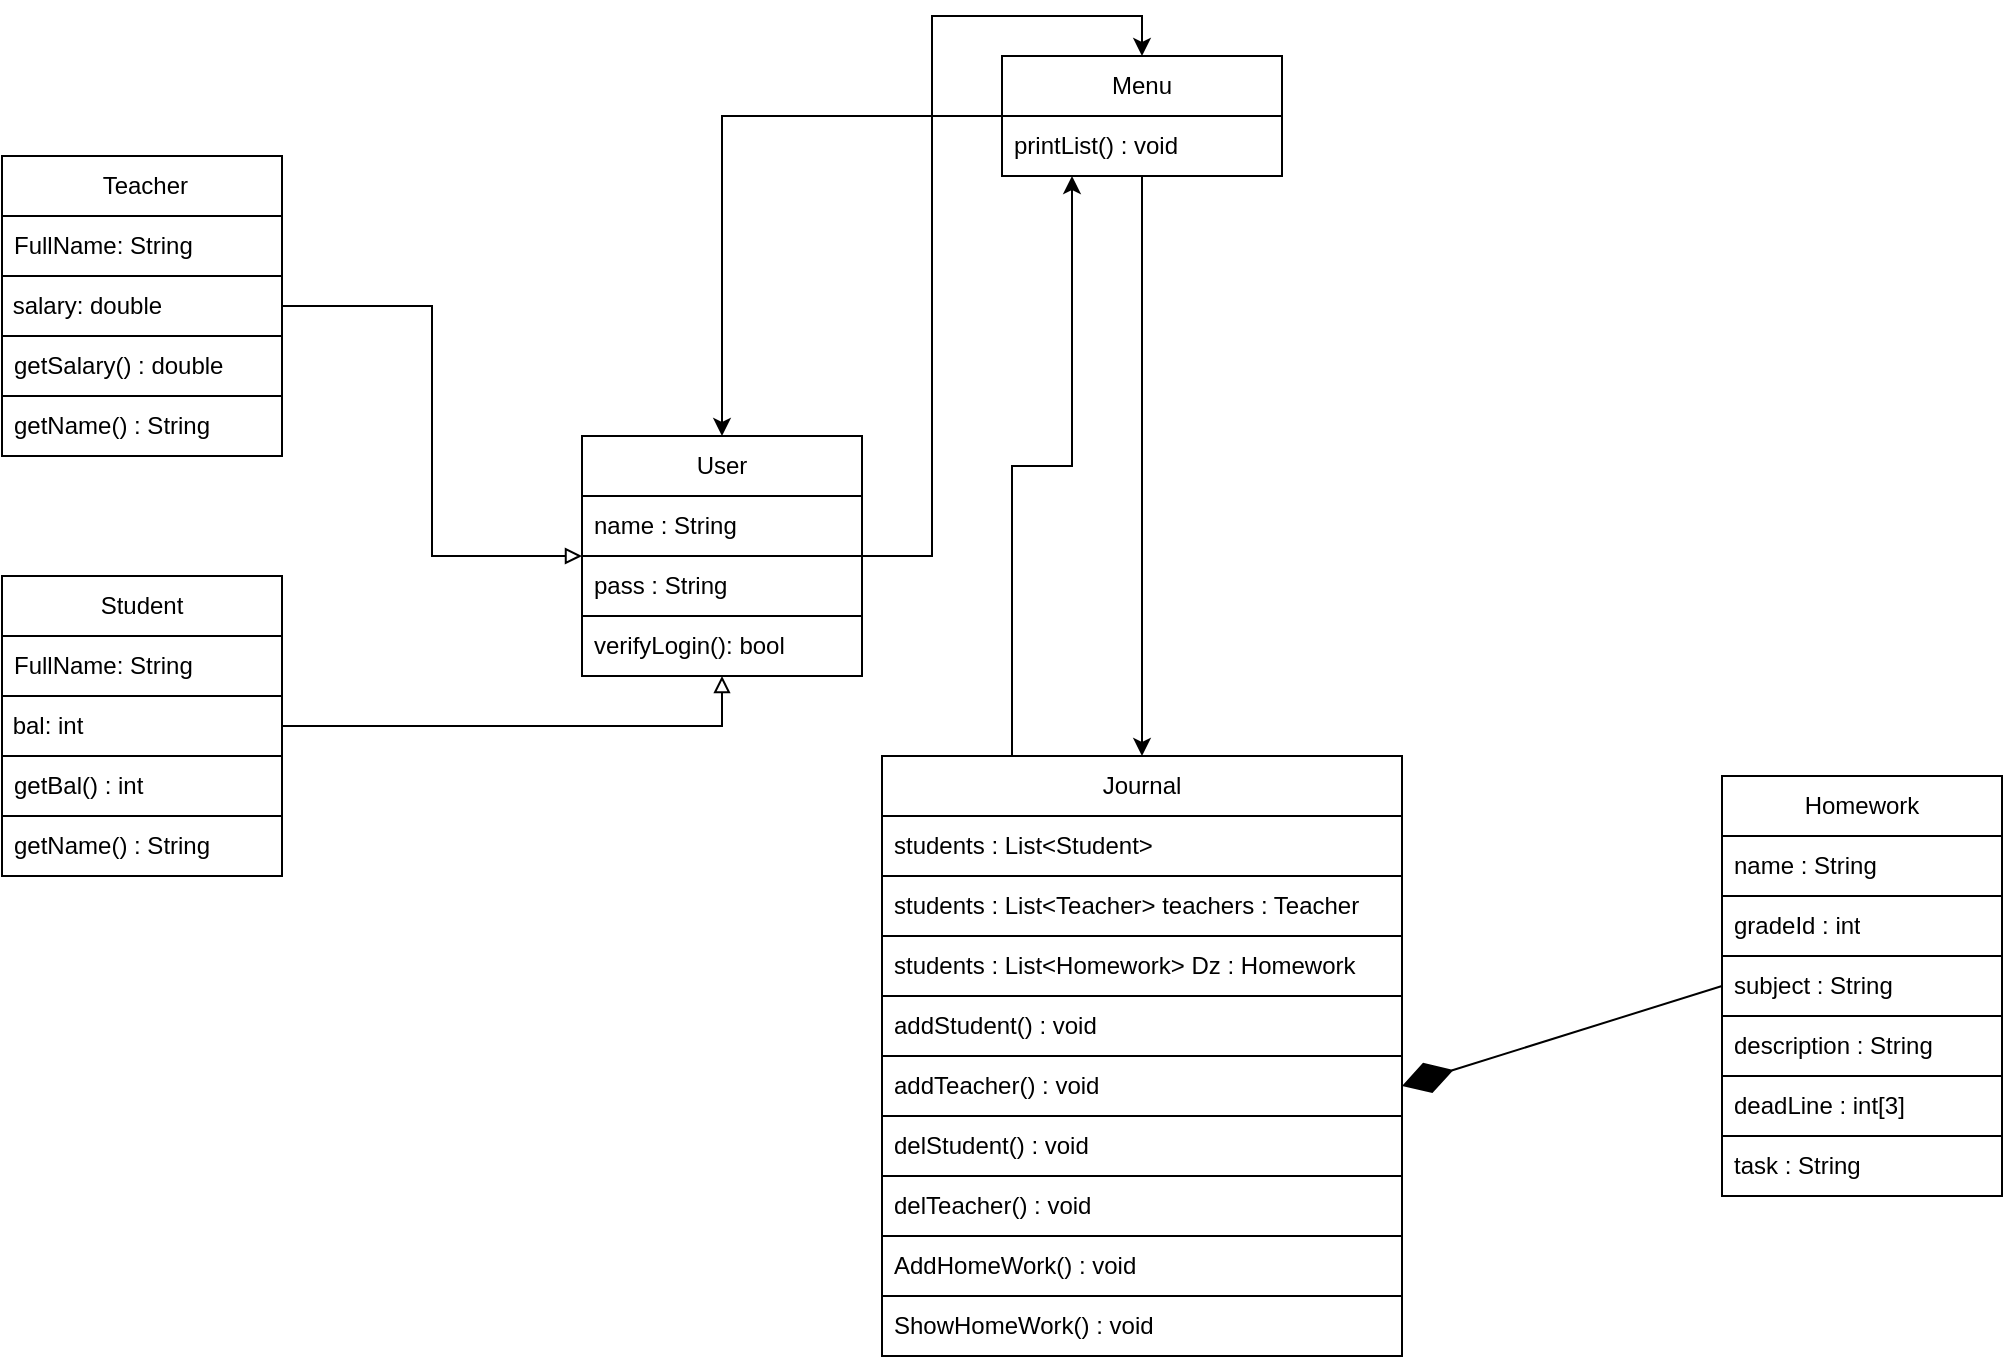
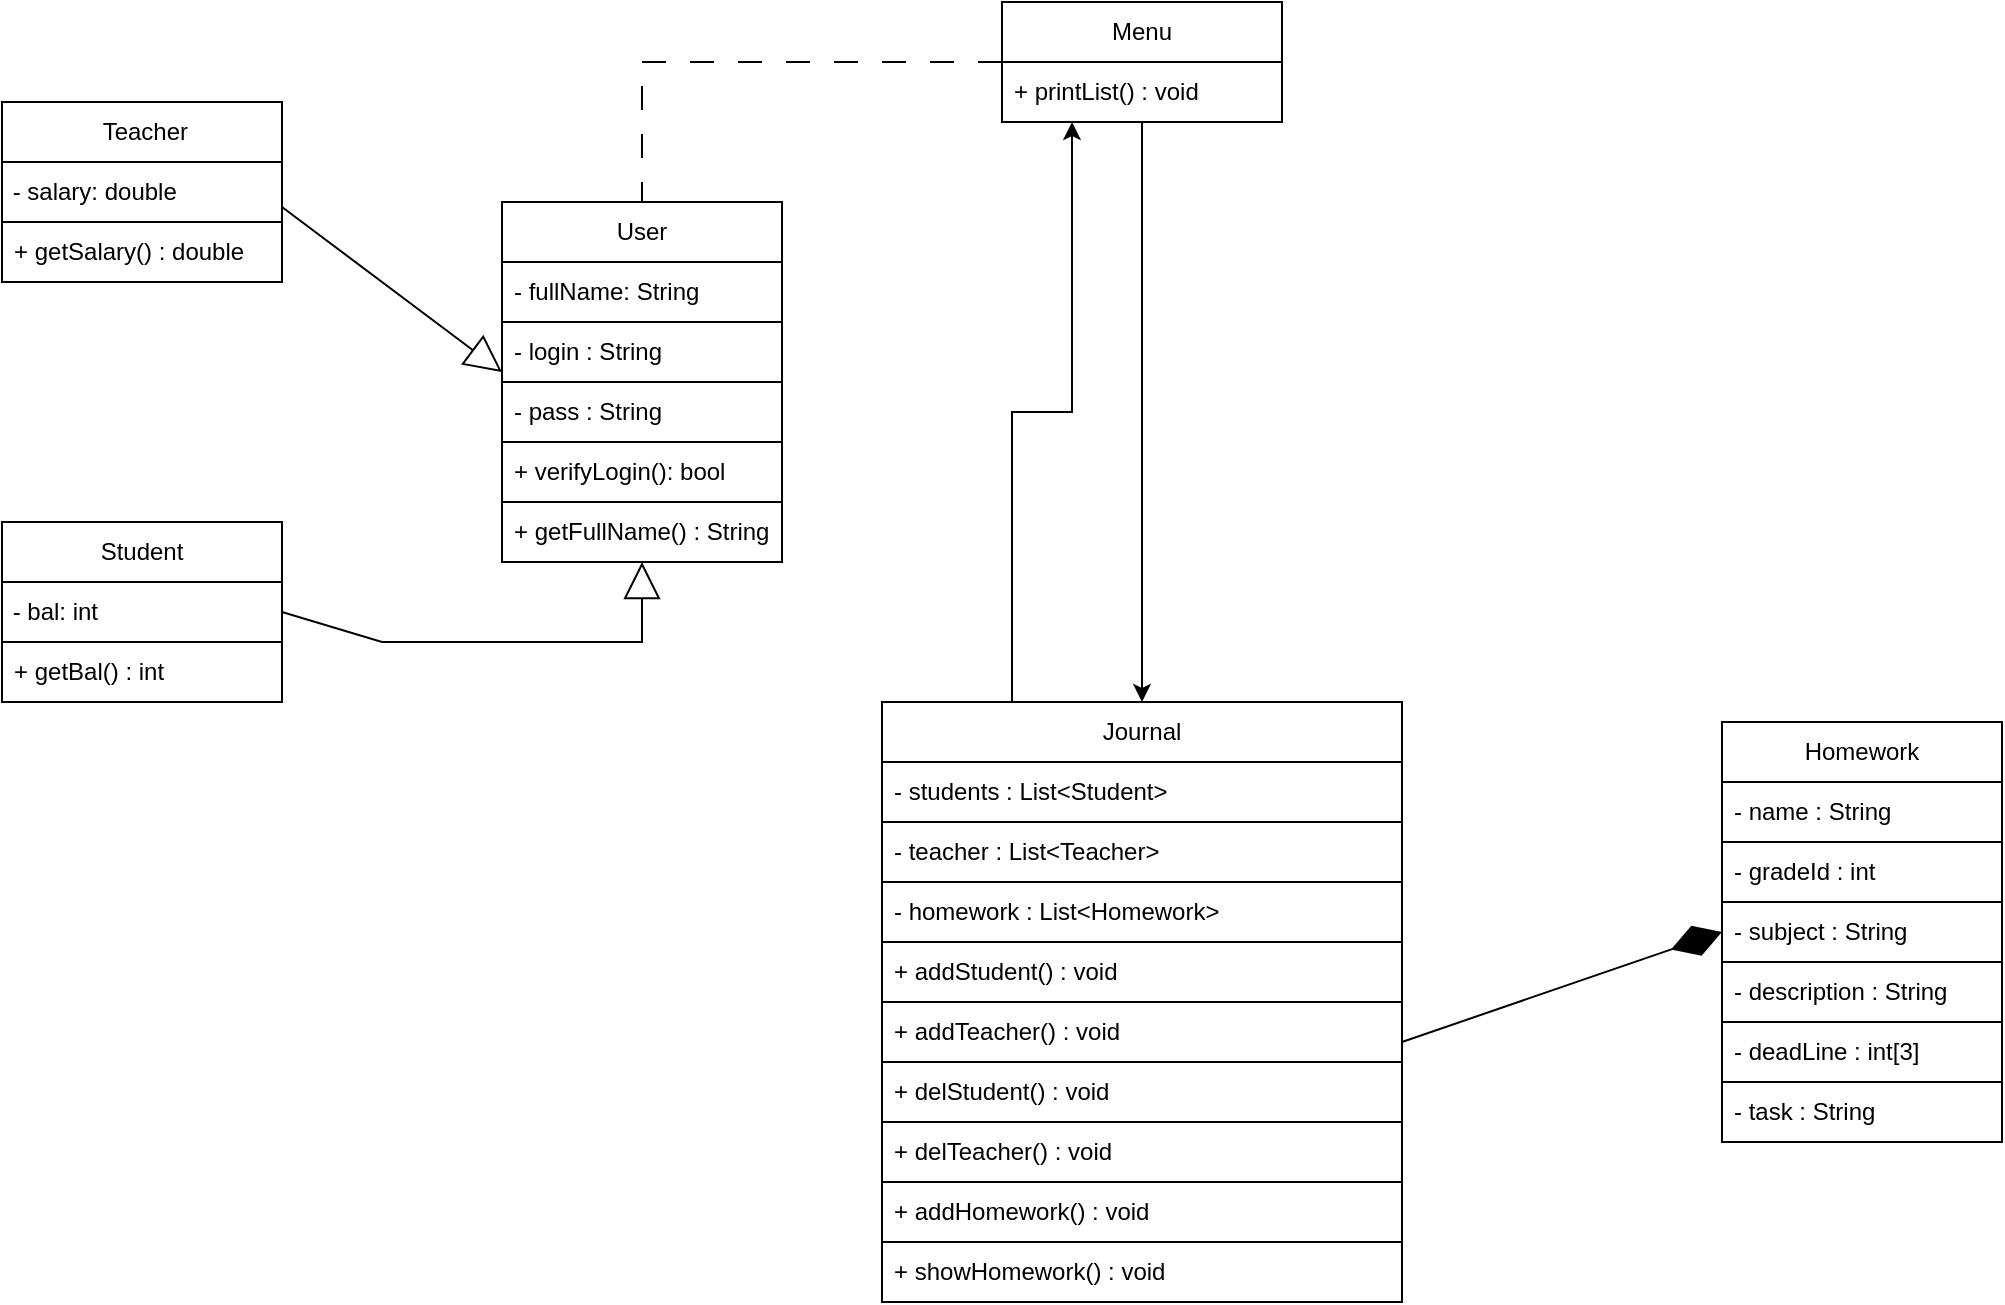
<mxfile host="app.diagrams.net" agent="Mozilla/5.0 (Windows NT 10.0; Win64; x64) AppleWebKit/537.36 (KHTML, like Gecko) Chrome/144.0.0.0 YaBrowser/26.3.0.0 Safari/537.36">
  <diagram name="Страница-1" id="uxawxyVBlgbyIQM6ajeT">
    <mxGraphModel dx="1414" dy="751" grid="1" gridSize="10" guides="1" tooltips="1" connect="1" arrows="1" fold="1" page="1" pageScale="1" pageWidth="700" pageHeight="1000" math="0" shadow="0">
      <root>
        <mxCell id="0" />
        <mxCell id="1" parent="0" />
        <mxCell id="GCuz6E3EBiHqZI_xGS0Z-3" parent="1" style="swimlane;fontStyle=0;childLayout=stackLayout;horizontal=1;startSize=30;horizontalStack=0;resizeParent=1;resizeParentMax=0;resizeLast=0;collapsible=1;marginBottom=0;whiteSpace=wrap;html=1;" value="Student" vertex="1">
-           <mxGeometry height="150" width="140" x="20" y="340" as="geometry">
+           <mxGeometry height="90" width="140" x="20" y="340" as="geometry">
            <mxRectangle height="30" width="90" x="370" y="200" as="alternateBounds" />
          </mxGeometry>
        </mxCell>
-         <mxCell id="GCuz6E3EBiHqZI_xGS0Z-5" parent="GCuz6E3EBiHqZI_xGS0Z-3" style="text;strokeColor=default;fillColor=default;align=left;verticalAlign=middle;spacingLeft=4;spacingRight=4;overflow=hidden;points=[[0,0.5],[1,0.5]];portConstraint=eastwest;rotatable=0;whiteSpace=wrap;html=1;" value="FullName: String" vertex="1">
+         <mxCell id="GCuz6E3EBiHqZI_xGS0Z-7" parent="GCuz6E3EBiHqZI_xGS0Z-3" style="text;html=1;whiteSpace=wrap;strokeColor=default;fillColor=default;align=left;verticalAlign=middle;rounded=0;" value="&lt;span style=&quot;&quot;&gt;&amp;nbsp;- bal: int&lt;/span&gt;" vertex="1">
          <mxGeometry height="30" width="140" y="30" as="geometry" />
        </mxCell>
-         <mxCell id="GCuz6E3EBiHqZI_xGS0Z-7" parent="GCuz6E3EBiHqZI_xGS0Z-3" style="text;html=1;whiteSpace=wrap;strokeColor=default;fillColor=default;align=left;verticalAlign=middle;rounded=0;" value="&lt;span style=&quot;&quot;&gt;&amp;nbsp;bal: int&lt;/span&gt;" vertex="1">
+         <mxCell id="GCuz6E3EBiHqZI_xGS0Z-4" parent="GCuz6E3EBiHqZI_xGS0Z-3" style="text;strokeColor=default;fillColor=default;align=left;verticalAlign=middle;spacingLeft=4;spacingRight=4;overflow=hidden;points=[[0,0.5],[1,0.5]];portConstraint=eastwest;rotatable=0;whiteSpace=wrap;html=1;" value="+ getBal() : int" vertex="1">
          <mxGeometry height="30" width="140" y="60" as="geometry" />
-         </mxCell>
-         <mxCell id="GCuz6E3EBiHqZI_xGS0Z-4" parent="GCuz6E3EBiHqZI_xGS0Z-3" style="text;strokeColor=default;fillColor=default;align=left;verticalAlign=middle;spacingLeft=4;spacingRight=4;overflow=hidden;points=[[0,0.5],[1,0.5]];portConstraint=eastwest;rotatable=0;whiteSpace=wrap;html=1;" value="getBal() : int" vertex="1">
-           <mxGeometry height="30" width="140" y="90" as="geometry" />
-         </mxCell>
-         <mxCell id="GCuz6E3EBiHqZI_xGS0Z-6" parent="GCuz6E3EBiHqZI_xGS0Z-3" style="text;strokeColor=default;fillColor=default;align=left;verticalAlign=middle;spacingLeft=4;spacingRight=4;overflow=hidden;points=[[0,0.5],[1,0.5]];portConstraint=eastwest;rotatable=0;whiteSpace=wrap;html=1;" value="getName() : String" vertex="1">
-           <mxGeometry height="30" width="140" y="120" as="geometry" />
        </mxCell>
        <mxCell id="8Yin8r3933yuqEZvRl84-43" edge="1" parent="1" source="GCuz6E3EBiHqZI_xGS0Z-8" style="edgeStyle=orthogonalEdgeStyle;rounded=0;orthogonalLoop=1;jettySize=auto;html=1;exitX=0.25;exitY=0;exitDx=0;exitDy=0;entryX=0.25;entryY=1;entryDx=0;entryDy=0;" target="GCuz6E3EBiHqZI_xGS0Z-16">
          <mxGeometry relative="1" as="geometry" />
        </mxCell>
        <mxCell id="GCuz6E3EBiHqZI_xGS0Z-8" parent="1" style="swimlane;fontStyle=0;childLayout=stackLayout;horizontal=1;startSize=30;horizontalStack=0;resizeParent=1;resizeParentMax=0;resizeLast=0;collapsible=1;marginBottom=0;whiteSpace=wrap;html=1;" value="Journal" vertex="1">
          <mxGeometry height="300" width="260" x="460" y="430" as="geometry" />
        </mxCell>
-         <mxCell id="GCuz6E3EBiHqZI_xGS0Z-9" parent="GCuz6E3EBiHqZI_xGS0Z-8" style="text;align=left;verticalAlign=middle;spacingLeft=4;spacingRight=4;overflow=hidden;points=[[0,0.5],[1,0.5]];portConstraint=eastwest;rotatable=0;whiteSpace=wrap;html=1;fillColor=default;strokeColor=default;" value="students : List&amp;lt;Student&amp;gt;" vertex="1">
+         <mxCell id="GCuz6E3EBiHqZI_xGS0Z-9" parent="GCuz6E3EBiHqZI_xGS0Z-8" style="text;align=left;verticalAlign=middle;spacingLeft=4;spacingRight=4;overflow=hidden;points=[[0,0.5],[1,0.5]];portConstraint=eastwest;rotatable=0;whiteSpace=wrap;html=1;fillColor=default;strokeColor=default;" value="- students : List&amp;lt;Student&amp;gt;" vertex="1">
          <mxGeometry height="30" width="260" y="30" as="geometry" />
        </mxCell>
-         <mxCell id="8Yin8r3933yuqEZvRl84-10" parent="GCuz6E3EBiHqZI_xGS0Z-8" style="text;align=left;verticalAlign=middle;spacingLeft=4;spacingRight=4;overflow=hidden;points=[[0,0.5],[1,0.5]];portConstraint=eastwest;rotatable=0;whiteSpace=wrap;html=1;fillColor=default;strokeColor=default;" value="students : List&amp;lt;Teacher&amp;gt; teachers : Teacher" vertex="1">
+         <mxCell id="8Yin8r3933yuqEZvRl84-10" parent="GCuz6E3EBiHqZI_xGS0Z-8" style="text;align=left;verticalAlign=middle;spacingLeft=4;spacingRight=4;overflow=hidden;points=[[0,0.5],[1,0.5]];portConstraint=eastwest;rotatable=0;whiteSpace=wrap;html=1;fillColor=default;strokeColor=default;" value="- teacher&amp;nbsp;: List&amp;lt;Teacher&amp;gt;&amp;nbsp;" vertex="1">
          <mxGeometry height="30" width="260" y="60" as="geometry" />
        </mxCell>
-         <mxCell id="8Yin8r3933yuqEZvRl84-49" parent="GCuz6E3EBiHqZI_xGS0Z-8" style="text;align=left;verticalAlign=middle;spacingLeft=4;spacingRight=4;overflow=hidden;points=[[0,0.5],[1,0.5]];portConstraint=eastwest;rotatable=0;whiteSpace=wrap;html=1;fillColor=default;strokeColor=default;" value="students : List&amp;lt;Homework&amp;gt; Dz : Homework" vertex="1">
+         <mxCell id="8Yin8r3933yuqEZvRl84-49" parent="GCuz6E3EBiHqZI_xGS0Z-8" style="text;align=left;verticalAlign=middle;spacingLeft=4;spacingRight=4;overflow=hidden;points=[[0,0.5],[1,0.5]];portConstraint=eastwest;rotatable=0;whiteSpace=wrap;html=1;fillColor=default;strokeColor=default;" value="- homework&amp;nbsp;: List&amp;lt;Homework&amp;gt;&amp;nbsp;" vertex="1">
          <mxGeometry height="30" width="260" y="90" as="geometry" />
        </mxCell>
-         <mxCell id="GCuz6E3EBiHqZI_xGS0Z-10" parent="GCuz6E3EBiHqZI_xGS0Z-8" style="text;strokeColor=default;fillColor=default;align=left;verticalAlign=middle;spacingLeft=4;spacingRight=4;overflow=hidden;points=[[0,0.5],[1,0.5]];portConstraint=eastwest;rotatable=0;whiteSpace=wrap;html=1;gradientColor=none;rounded=0;glass=0;shadow=0;strokeWidth=1;" value="addStudent() : void" vertex="1">
+         <mxCell id="GCuz6E3EBiHqZI_xGS0Z-10" parent="GCuz6E3EBiHqZI_xGS0Z-8" style="text;strokeColor=default;fillColor=default;align=left;verticalAlign=middle;spacingLeft=4;spacingRight=4;overflow=hidden;points=[[0,0.5],[1,0.5]];portConstraint=eastwest;rotatable=0;whiteSpace=wrap;html=1;gradientColor=none;rounded=0;glass=0;shadow=0;strokeWidth=1;" value="+ addStudent() : void" vertex="1">
          <mxGeometry height="30" width="260" y="120" as="geometry" />
        </mxCell>
-         <mxCell id="GCuz6E3EBiHqZI_xGS0Z-28" parent="GCuz6E3EBiHqZI_xGS0Z-8" style="text;strokeColor=default;fillColor=default;align=left;verticalAlign=middle;spacingLeft=4;spacingRight=4;overflow=hidden;points=[[0,0.5],[1,0.5]];portConstraint=eastwest;rotatable=0;whiteSpace=wrap;html=1;gradientColor=none;rounded=0;glass=0;shadow=0;strokeWidth=1;" value="addTeacher() : void" vertex="1">
+         <mxCell id="GCuz6E3EBiHqZI_xGS0Z-28" parent="GCuz6E3EBiHqZI_xGS0Z-8" style="text;strokeColor=default;fillColor=default;align=left;verticalAlign=middle;spacingLeft=4;spacingRight=4;overflow=hidden;points=[[0,0.5],[1,0.5]];portConstraint=eastwest;rotatable=0;whiteSpace=wrap;html=1;gradientColor=none;rounded=0;glass=0;shadow=0;strokeWidth=1;" value="+ addTeacher() : void" vertex="1">
          <mxGeometry height="30" width="260" y="150" as="geometry" />
        </mxCell>
-         <mxCell id="GCuz6E3EBiHqZI_xGS0Z-11" parent="GCuz6E3EBiHqZI_xGS0Z-8" style="text;align=left;verticalAlign=middle;spacingLeft=4;spacingRight=4;overflow=hidden;points=[[0,0.5],[1,0.5]];portConstraint=eastwest;rotatable=0;whiteSpace=wrap;html=1;fillColor=default;strokeColor=default;" value="delStudent() : void" vertex="1">
+         <mxCell id="GCuz6E3EBiHqZI_xGS0Z-11" parent="GCuz6E3EBiHqZI_xGS0Z-8" style="text;align=left;verticalAlign=middle;spacingLeft=4;spacingRight=4;overflow=hidden;points=[[0,0.5],[1,0.5]];portConstraint=eastwest;rotatable=0;whiteSpace=wrap;html=1;fillColor=default;strokeColor=default;" value="+ delStudent() : void" vertex="1">
          <mxGeometry height="30" width="260" y="180" as="geometry" />
        </mxCell>
-         <mxCell id="GCuz6E3EBiHqZI_xGS0Z-29" parent="GCuz6E3EBiHqZI_xGS0Z-8" style="text;align=left;verticalAlign=middle;spacingLeft=4;spacingRight=4;overflow=hidden;points=[[0,0.5],[1,0.5]];portConstraint=eastwest;rotatable=0;whiteSpace=wrap;html=1;fillColor=default;strokeColor=default;" value="delTeacher() : void" vertex="1">
+         <mxCell id="GCuz6E3EBiHqZI_xGS0Z-29" parent="GCuz6E3EBiHqZI_xGS0Z-8" style="text;align=left;verticalAlign=middle;spacingLeft=4;spacingRight=4;overflow=hidden;points=[[0,0.5],[1,0.5]];portConstraint=eastwest;rotatable=0;whiteSpace=wrap;html=1;fillColor=default;strokeColor=default;" value="+ delTeacher() : void" vertex="1">
          <mxGeometry height="30" width="260" y="210" as="geometry" />
        </mxCell>
-         <mxCell id="8Yin8r3933yuqEZvRl84-33" parent="GCuz6E3EBiHqZI_xGS0Z-8" style="text;strokeColor=default;fillColor=default;align=left;verticalAlign=middle;spacingLeft=4;spacingRight=4;overflow=hidden;points=[[0,0.5],[1,0.5]];portConstraint=eastwest;rotatable=0;whiteSpace=wrap;html=1;" value="AddHomeWork() : void" vertex="1">
+         <mxCell id="8Yin8r3933yuqEZvRl84-33" parent="GCuz6E3EBiHqZI_xGS0Z-8" style="text;strokeColor=default;fillColor=default;align=left;verticalAlign=middle;spacingLeft=4;spacingRight=4;overflow=hidden;points=[[0,0.5],[1,0.5]];portConstraint=eastwest;rotatable=0;whiteSpace=wrap;html=1;" value="+ addHomework() : void" vertex="1">
          <mxGeometry height="30" width="260" y="240" as="geometry" />
        </mxCell>
-         <mxCell id="GCuz6E3EBiHqZI_xGS0Z-19" parent="GCuz6E3EBiHqZI_xGS0Z-8" style="text;strokeColor=default;fillColor=default;align=left;verticalAlign=middle;spacingLeft=4;spacingRight=4;overflow=hidden;points=[[0,0.5],[1,0.5]];portConstraint=eastwest;rotatable=0;whiteSpace=wrap;html=1;" value="ShowHomeWork() : void" vertex="1">
+         <mxCell id="GCuz6E3EBiHqZI_xGS0Z-19" parent="GCuz6E3EBiHqZI_xGS0Z-8" style="text;strokeColor=default;fillColor=default;align=left;verticalAlign=middle;spacingLeft=4;spacingRight=4;overflow=hidden;points=[[0,0.5],[1,0.5]];portConstraint=eastwest;rotatable=0;whiteSpace=wrap;html=1;" value="+ showHomework() : void" vertex="1">
          <mxGeometry height="30" width="260" y="270" as="geometry" />
        </mxCell>
        <mxCell id="8Yin8r3933yuqEZvRl84-32" edge="1" parent="1" source="GCuz6E3EBiHqZI_xGS0Z-16" style="edgeStyle=orthogonalEdgeStyle;rounded=0;orthogonalLoop=1;jettySize=auto;html=1;entryX=0.5;entryY=0;entryDx=0;entryDy=0;" target="GCuz6E3EBiHqZI_xGS0Z-8">
          <mxGeometry relative="1" as="geometry" />
        </mxCell>
-         <mxCell id="8Yin8r3933yuqEZvRl84-44" edge="1" parent="1" source="GCuz6E3EBiHqZI_xGS0Z-16" style="edgeStyle=orthogonalEdgeStyle;rounded=0;orthogonalLoop=1;jettySize=auto;html=1;entryX=0.5;entryY=0;entryDx=0;entryDy=0;" target="GCuz6E3EBiHqZI_xGS0Z-32">
+         <mxCell id="AdEmohMLdduJ9aqZZ4lc-9" edge="1" parent="1" source="GCuz6E3EBiHqZI_xGS0Z-16" style="edgeStyle=orthogonalEdgeStyle;rounded=0;orthogonalLoop=1;jettySize=auto;html=1;dashed=1;dashPattern=12 12;endArrow=none;endFill=0;" target="GCuz6E3EBiHqZI_xGS0Z-32">
          <mxGeometry relative="1" as="geometry" />
        </mxCell>
        <mxCell id="GCuz6E3EBiHqZI_xGS0Z-16" parent="1" style="swimlane;fontStyle=0;childLayout=stackLayout;horizontal=1;startSize=30;horizontalStack=0;resizeParent=1;resizeParentMax=0;resizeLast=0;collapsible=1;marginBottom=0;whiteSpace=wrap;html=1;" value="Menu" vertex="1">
          <mxGeometry height="60" width="140" x="520" y="80" as="geometry" />
        </mxCell>
-         <mxCell id="GCuz6E3EBiHqZI_xGS0Z-17" parent="GCuz6E3EBiHqZI_xGS0Z-16" style="text;strokeColor=default;fillColor=default;align=left;verticalAlign=middle;spacingLeft=4;spacingRight=4;overflow=hidden;points=[[0,0.5],[1,0.5]];portConstraint=eastwest;rotatable=0;whiteSpace=wrap;html=1;" value="printList() : void" vertex="1">
+         <mxCell id="GCuz6E3EBiHqZI_xGS0Z-17" parent="GCuz6E3EBiHqZI_xGS0Z-16" style="text;strokeColor=default;fillColor=default;align=left;verticalAlign=middle;spacingLeft=4;spacingRight=4;overflow=hidden;points=[[0,0.5],[1,0.5]];portConstraint=eastwest;rotatable=0;whiteSpace=wrap;html=1;" value="+ printList() : void" vertex="1">
          <mxGeometry height="30" width="140" y="30" as="geometry" />
        </mxCell>
        <mxCell id="GCuz6E3EBiHqZI_xGS0Z-21" parent="1" style="swimlane;fontStyle=0;childLayout=stackLayout;horizontal=1;startSize=30;horizontalStack=0;resizeParent=1;resizeParentMax=0;resizeLast=0;collapsible=1;marginBottom=0;whiteSpace=wrap;html=1;" value="&amp;nbsp;Teacher" vertex="1">
-           <mxGeometry height="150" width="140" x="20" y="130" as="geometry">
+           <mxGeometry height="90" width="140" x="20" y="130" as="geometry">
            <mxRectangle height="30" width="90" x="370" y="200" as="alternateBounds" />
          </mxGeometry>
        </mxCell>
-         <mxCell id="GCuz6E3EBiHqZI_xGS0Z-22" parent="GCuz6E3EBiHqZI_xGS0Z-21" style="text;strokeColor=default;fillColor=default;align=left;verticalAlign=middle;spacingLeft=4;spacingRight=4;overflow=hidden;points=[[0,0.5],[1,0.5]];portConstraint=eastwest;rotatable=0;whiteSpace=wrap;html=1;" value="FullName: String" vertex="1">
+         <mxCell id="GCuz6E3EBiHqZI_xGS0Z-23" parent="GCuz6E3EBiHqZI_xGS0Z-21" style="text;html=1;whiteSpace=wrap;strokeColor=default;fillColor=default;align=left;verticalAlign=middle;rounded=0;" value="&lt;span style=&quot;&quot;&gt;&amp;nbsp;- salary: double&lt;/span&gt;" vertex="1">
          <mxGeometry height="30" width="140" y="30" as="geometry" />
        </mxCell>
-         <mxCell id="GCuz6E3EBiHqZI_xGS0Z-23" parent="GCuz6E3EBiHqZI_xGS0Z-21" style="text;html=1;whiteSpace=wrap;strokeColor=default;fillColor=default;align=left;verticalAlign=middle;rounded=0;" value="&lt;span style=&quot;&quot;&gt;&amp;nbsp;salary: double&lt;/span&gt;" vertex="1">
+         <mxCell id="GCuz6E3EBiHqZI_xGS0Z-24" parent="GCuz6E3EBiHqZI_xGS0Z-21" style="text;strokeColor=default;fillColor=default;align=left;verticalAlign=middle;spacingLeft=4;spacingRight=4;overflow=hidden;points=[[0,0.5],[1,0.5]];portConstraint=eastwest;rotatable=0;whiteSpace=wrap;html=1;" value="+ getSalary() : double" vertex="1">
          <mxGeometry height="30" width="140" y="60" as="geometry" />
        </mxCell>
-         <mxCell id="GCuz6E3EBiHqZI_xGS0Z-24" parent="GCuz6E3EBiHqZI_xGS0Z-21" style="text;strokeColor=default;fillColor=default;align=left;verticalAlign=middle;spacingLeft=4;spacingRight=4;overflow=hidden;points=[[0,0.5],[1,0.5]];portConstraint=eastwest;rotatable=0;whiteSpace=wrap;html=1;" value="getSalary() : double" vertex="1">
+         <mxCell id="GCuz6E3EBiHqZI_xGS0Z-32" parent="1" style="swimlane;fontStyle=0;childLayout=stackLayout;horizontal=1;startSize=30;horizontalStack=0;resizeParent=1;resizeParentMax=0;resizeLast=0;collapsible=1;marginBottom=0;whiteSpace=wrap;html=1;" value="User" vertex="1">
+           <mxGeometry height="180" width="140" x="270" y="180" as="geometry" />
+         </mxCell>
+         <mxCell id="GCuz6E3EBiHqZI_xGS0Z-5" parent="GCuz6E3EBiHqZI_xGS0Z-32" style="text;strokeColor=default;fillColor=default;align=left;verticalAlign=middle;spacingLeft=4;spacingRight=4;overflow=hidden;points=[[0,0.5],[1,0.5]];portConstraint=eastwest;rotatable=0;whiteSpace=wrap;html=1;" value="- fullName: String" vertex="1">
+           <mxGeometry height="30" width="140" y="30" as="geometry" />
+         </mxCell>
+         <mxCell id="GCuz6E3EBiHqZI_xGS0Z-33" parent="GCuz6E3EBiHqZI_xGS0Z-32" style="text;strokeColor=default;fillColor=default;align=left;verticalAlign=middle;spacingLeft=4;spacingRight=4;overflow=hidden;points=[[0,0.5],[1,0.5]];portConstraint=eastwest;rotatable=0;whiteSpace=wrap;html=1;" value="- login : String" vertex="1">
+           <mxGeometry height="30" width="140" y="60" as="geometry" />
+         </mxCell>
+         <mxCell id="GCuz6E3EBiHqZI_xGS0Z-34" parent="GCuz6E3EBiHqZI_xGS0Z-32" style="text;strokeColor=default;fillColor=default;align=left;verticalAlign=middle;spacingLeft=4;spacingRight=4;overflow=hidden;points=[[0,0.5],[1,0.5]];portConstraint=eastwest;rotatable=0;whiteSpace=wrap;html=1;" value="- pass : String" vertex="1">
          <mxGeometry height="30" width="140" y="90" as="geometry" />
        </mxCell>
-         <mxCell id="GCuz6E3EBiHqZI_xGS0Z-25" parent="GCuz6E3EBiHqZI_xGS0Z-21" style="text;strokeColor=default;fillColor=default;align=left;verticalAlign=middle;spacingLeft=4;spacingRight=4;overflow=hidden;points=[[0,0.5],[1,0.5]];portConstraint=eastwest;rotatable=0;whiteSpace=wrap;html=1;" value="getName() : String" vertex="1">
+         <mxCell id="GCuz6E3EBiHqZI_xGS0Z-35" parent="GCuz6E3EBiHqZI_xGS0Z-32" style="text;strokeColor=default;fillColor=default;align=left;verticalAlign=middle;spacingLeft=4;spacingRight=4;overflow=hidden;points=[[0,0.5],[1,0.5]];portConstraint=eastwest;rotatable=0;whiteSpace=wrap;html=1;" value="+ verifyLogin(): bool" vertex="1">
          <mxGeometry height="30" width="140" y="120" as="geometry" />
        </mxCell>
-         <mxCell id="8Yin8r3933yuqEZvRl84-30" edge="1" parent="1" source="GCuz6E3EBiHqZI_xGS0Z-32" style="edgeStyle=orthogonalEdgeStyle;rounded=0;orthogonalLoop=1;jettySize=auto;html=1;entryX=0.5;entryY=0;entryDx=0;entryDy=0;" target="GCuz6E3EBiHqZI_xGS0Z-16">
-           <mxGeometry relative="1" as="geometry" />
-         </mxCell>
-         <mxCell id="GCuz6E3EBiHqZI_xGS0Z-32" parent="1" style="swimlane;fontStyle=0;childLayout=stackLayout;horizontal=1;startSize=30;horizontalStack=0;resizeParent=1;resizeParentMax=0;resizeLast=0;collapsible=1;marginBottom=0;whiteSpace=wrap;html=1;" value="User" vertex="1">
-           <mxGeometry height="120" width="140" x="310" y="270" as="geometry" />
-         </mxCell>
-         <mxCell id="GCuz6E3EBiHqZI_xGS0Z-33" parent="GCuz6E3EBiHqZI_xGS0Z-32" style="text;strokeColor=default;fillColor=default;align=left;verticalAlign=middle;spacingLeft=4;spacingRight=4;overflow=hidden;points=[[0,0.5],[1,0.5]];portConstraint=eastwest;rotatable=0;whiteSpace=wrap;html=1;" value="name : String" vertex="1">
-           <mxGeometry height="30" width="140" y="30" as="geometry" />
-         </mxCell>
-         <mxCell id="GCuz6E3EBiHqZI_xGS0Z-34" parent="GCuz6E3EBiHqZI_xGS0Z-32" style="text;strokeColor=default;fillColor=default;align=left;verticalAlign=middle;spacingLeft=4;spacingRight=4;overflow=hidden;points=[[0,0.5],[1,0.5]];portConstraint=eastwest;rotatable=0;whiteSpace=wrap;html=1;" value="pass : String" vertex="1">
-           <mxGeometry height="30" width="140" y="60" as="geometry" />
-         </mxCell>
-         <mxCell id="GCuz6E3EBiHqZI_xGS0Z-35" parent="GCuz6E3EBiHqZI_xGS0Z-32" style="text;strokeColor=default;fillColor=default;align=left;verticalAlign=middle;spacingLeft=4;spacingRight=4;overflow=hidden;points=[[0,0.5],[1,0.5]];portConstraint=eastwest;rotatable=0;whiteSpace=wrap;html=1;" value="verifyLogin(): bool" vertex="1">
-           <mxGeometry height="30" width="140" y="90" as="geometry" />
+         <mxCell id="GCuz6E3EBiHqZI_xGS0Z-6" parent="GCuz6E3EBiHqZI_xGS0Z-32" style="text;strokeColor=default;fillColor=default;align=left;verticalAlign=middle;spacingLeft=4;spacingRight=4;overflow=hidden;points=[[0,0.5],[1,0.5]];portConstraint=eastwest;rotatable=0;whiteSpace=wrap;html=1;" value="+ getFullName() : String" vertex="1">
+           <mxGeometry height="30" width="140" y="150" as="geometry" />
        </mxCell>
        <mxCell id="8Yin8r3933yuqEZvRl84-35" parent="1" style="swimlane;fontStyle=0;childLayout=stackLayout;horizontal=1;startSize=30;horizontalStack=0;resizeParent=1;resizeParentMax=0;resizeLast=0;collapsible=1;marginBottom=0;whiteSpace=wrap;html=1;" value="Homework" vertex="1">
          <mxGeometry height="210" width="140" x="880" y="440" as="geometry" />
        </mxCell>
-         <mxCell id="8Yin8r3933yuqEZvRl84-36" parent="8Yin8r3933yuqEZvRl84-35" style="text;strokeColor=default;fillColor=default;align=left;verticalAlign=middle;spacingLeft=4;spacingRight=4;overflow=hidden;points=[[0,0.5],[1,0.5]];portConstraint=eastwest;rotatable=0;whiteSpace=wrap;html=1;" value="name : String" vertex="1">
+         <mxCell id="8Yin8r3933yuqEZvRl84-36" parent="8Yin8r3933yuqEZvRl84-35" style="text;strokeColor=default;fillColor=default;align=left;verticalAlign=middle;spacingLeft=4;spacingRight=4;overflow=hidden;points=[[0,0.5],[1,0.5]];portConstraint=eastwest;rotatable=0;whiteSpace=wrap;html=1;" value="- name : String" vertex="1">
          <mxGeometry height="30" width="140" y="30" as="geometry" />
        </mxCell>
-         <mxCell id="8Yin8r3933yuqEZvRl84-37" parent="8Yin8r3933yuqEZvRl84-35" style="text;strokeColor=default;fillColor=default;align=left;verticalAlign=middle;spacingLeft=4;spacingRight=4;overflow=hidden;points=[[0,0.5],[1,0.5]];portConstraint=eastwest;rotatable=0;whiteSpace=wrap;html=1;" value="gradeId : int" vertex="1">
+         <mxCell id="8Yin8r3933yuqEZvRl84-37" parent="8Yin8r3933yuqEZvRl84-35" style="text;strokeColor=default;fillColor=default;align=left;verticalAlign=middle;spacingLeft=4;spacingRight=4;overflow=hidden;points=[[0,0.5],[1,0.5]];portConstraint=eastwest;rotatable=0;whiteSpace=wrap;html=1;" value="- gradeId : int" vertex="1">
          <mxGeometry height="30" width="140" y="60" as="geometry" />
        </mxCell>
-         <mxCell id="8Yin8r3933yuqEZvRl84-40" parent="8Yin8r3933yuqEZvRl84-35" style="text;strokeColor=default;fillColor=default;align=left;verticalAlign=middle;spacingLeft=4;spacingRight=4;overflow=hidden;points=[[0,0.5],[1,0.5]];portConstraint=eastwest;rotatable=0;whiteSpace=wrap;html=1;" value="subject&amp;nbsp;: String" vertex="1">
+         <mxCell id="8Yin8r3933yuqEZvRl84-40" parent="8Yin8r3933yuqEZvRl84-35" style="text;strokeColor=default;fillColor=default;align=left;verticalAlign=middle;spacingLeft=4;spacingRight=4;overflow=hidden;points=[[0,0.5],[1,0.5]];portConstraint=eastwest;rotatable=0;whiteSpace=wrap;html=1;" value="- subject&amp;nbsp;: String" vertex="1">
          <mxGeometry height="30" width="140" y="90" as="geometry" />
        </mxCell>
-         <mxCell id="8Yin8r3933yuqEZvRl84-45" parent="8Yin8r3933yuqEZvRl84-35" style="text;strokeColor=default;fillColor=default;align=left;verticalAlign=middle;spacingLeft=4;spacingRight=4;overflow=hidden;points=[[0,0.5],[1,0.5]];portConstraint=eastwest;rotatable=0;whiteSpace=wrap;html=1;" value="description : String" vertex="1">
+         <mxCell id="8Yin8r3933yuqEZvRl84-45" parent="8Yin8r3933yuqEZvRl84-35" style="text;strokeColor=default;fillColor=default;align=left;verticalAlign=middle;spacingLeft=4;spacingRight=4;overflow=hidden;points=[[0,0.5],[1,0.5]];portConstraint=eastwest;rotatable=0;whiteSpace=wrap;html=1;" value="- description : String" vertex="1">
          <mxGeometry height="30" width="140" y="120" as="geometry" />
        </mxCell>
-         <mxCell id="8Yin8r3933yuqEZvRl84-48" parent="8Yin8r3933yuqEZvRl84-35" style="text;strokeColor=default;fillColor=default;align=left;verticalAlign=middle;spacingLeft=4;spacingRight=4;overflow=hidden;points=[[0,0.5],[1,0.5]];portConstraint=eastwest;rotatable=0;whiteSpace=wrap;html=1;" value="deadLine : int[3]" vertex="1">
+         <mxCell id="8Yin8r3933yuqEZvRl84-48" parent="8Yin8r3933yuqEZvRl84-35" style="text;strokeColor=default;fillColor=default;align=left;verticalAlign=middle;spacingLeft=4;spacingRight=4;overflow=hidden;points=[[0,0.5],[1,0.5]];portConstraint=eastwest;rotatable=0;whiteSpace=wrap;html=1;" value="- deadLine : int[3]" vertex="1">
          <mxGeometry height="30" width="140" y="150" as="geometry" />
        </mxCell>
-         <mxCell id="8Yin8r3933yuqEZvRl84-47" parent="8Yin8r3933yuqEZvRl84-35" style="text;strokeColor=default;fillColor=default;align=left;verticalAlign=middle;spacingLeft=4;spacingRight=4;overflow=hidden;points=[[0,0.5],[1,0.5]];portConstraint=eastwest;rotatable=0;whiteSpace=wrap;html=1;" value="task&amp;nbsp;: String" vertex="1">
+         <mxCell id="8Yin8r3933yuqEZvRl84-47" parent="8Yin8r3933yuqEZvRl84-35" style="text;strokeColor=default;fillColor=default;align=left;verticalAlign=middle;spacingLeft=4;spacingRight=4;overflow=hidden;points=[[0,0.5],[1,0.5]];portConstraint=eastwest;rotatable=0;whiteSpace=wrap;html=1;" value="- task&amp;nbsp;: String" vertex="1">
          <mxGeometry height="30" width="140" y="180" as="geometry" />
        </mxCell>
-         <mxCell id="AdEmohMLdduJ9aqZZ4lc-1" edge="1" parent="1" source="8Yin8r3933yuqEZvRl84-35" style="endArrow=diamondThin;endFill=1;endSize=24;html=1;rounded=0;exitX=0;exitY=0.5;exitDx=0;exitDy=0;entryX=1;entryY=0.5;entryDx=0;entryDy=0;" target="GCuz6E3EBiHqZI_xGS0Z-28" value="">
+         <mxCell id="AdEmohMLdduJ9aqZZ4lc-6" edge="1" parent="1" style="endArrow=diamondThin;endFill=1;endSize=24;html=1;rounded=0;entryX=0;entryY=0.5;entryDx=0;entryDy=0;" target="8Yin8r3933yuqEZvRl84-40" value="">
          <mxGeometry relative="1" width="160" as="geometry">
-             <mxPoint x="810" y="560" as="sourcePoint" />
-             <mxPoint x="970" y="560" as="targetPoint" />
+             <mxPoint x="720" y="600" as="sourcePoint" />
+             <mxPoint x="880" y="600" as="targetPoint" />
          </mxGeometry>
        </mxCell>
-         <mxCell id="AdEmohMLdduJ9aqZZ4lc-4" edge="1" parent="1" source="GCuz6E3EBiHqZI_xGS0Z-23" style="edgeStyle=orthogonalEdgeStyle;rounded=0;orthogonalLoop=1;jettySize=auto;html=1;entryX=0;entryY=0.5;entryDx=0;entryDy=0;endArrow=block;endFill=0;" target="GCuz6E3EBiHqZI_xGS0Z-32">
-           <mxGeometry relative="1" as="geometry" />
+         <mxCell id="AdEmohMLdduJ9aqZZ4lc-13" edge="1" parent="1" source="GCuz6E3EBiHqZI_xGS0Z-3" style="endArrow=block;endSize=16;endFill=0;html=1;rounded=0;exitX=1;exitY=0.5;exitDx=0;exitDy=0;entryX=0.5;entryY=1;entryDx=0;entryDy=0;" target="GCuz6E3EBiHqZI_xGS0Z-32" value="">
+           <mxGeometry relative="1" width="160" as="geometry">
+             <mxPoint as="offset" />
+             <Array as="points">
+               <mxPoint x="210" y="400" />
+               <mxPoint x="340" y="400" />
+             </Array>
+             <mxPoint x="180" y="400" as="sourcePoint" />
+             <mxPoint x="340" y="400" as="targetPoint" />
+           </mxGeometry>
        </mxCell>
-         <mxCell id="AdEmohMLdduJ9aqZZ4lc-5" edge="1" parent="1" source="GCuz6E3EBiHqZI_xGS0Z-7" style="edgeStyle=orthogonalEdgeStyle;rounded=0;orthogonalLoop=1;jettySize=auto;html=1;entryX=0.5;entryY=1;entryDx=0;entryDy=0;endArrow=block;endFill=0;" target="GCuz6E3EBiHqZI_xGS0Z-32">
-           <mxGeometry relative="1" as="geometry" />
+         <mxCell id="AdEmohMLdduJ9aqZZ4lc-14" edge="1" parent="1" source="GCuz6E3EBiHqZI_xGS0Z-23" style="endArrow=block;endSize=16;endFill=0;html=1;rounded=0;exitX=1;exitY=0.75;exitDx=0;exitDy=0;entryX=0.5;entryY=0;entryDx=0;entryDy=0;" value="">
+           <mxGeometry relative="1" width="160" as="geometry">
+             <mxPoint x="90" y="275" as="sourcePoint" />
+             <mxPoint x="270" y="265" as="targetPoint" />
+           </mxGeometry>
        </mxCell>
      </root>
    </mxGraphModel>
  </diagram>
</mxfile>
